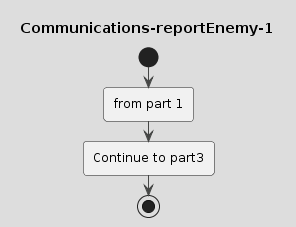
The PlantUML diagram drawings/Communications-reportEnemy-1.png in coding-to-music/plantuml-diagram-examples, before a commit.
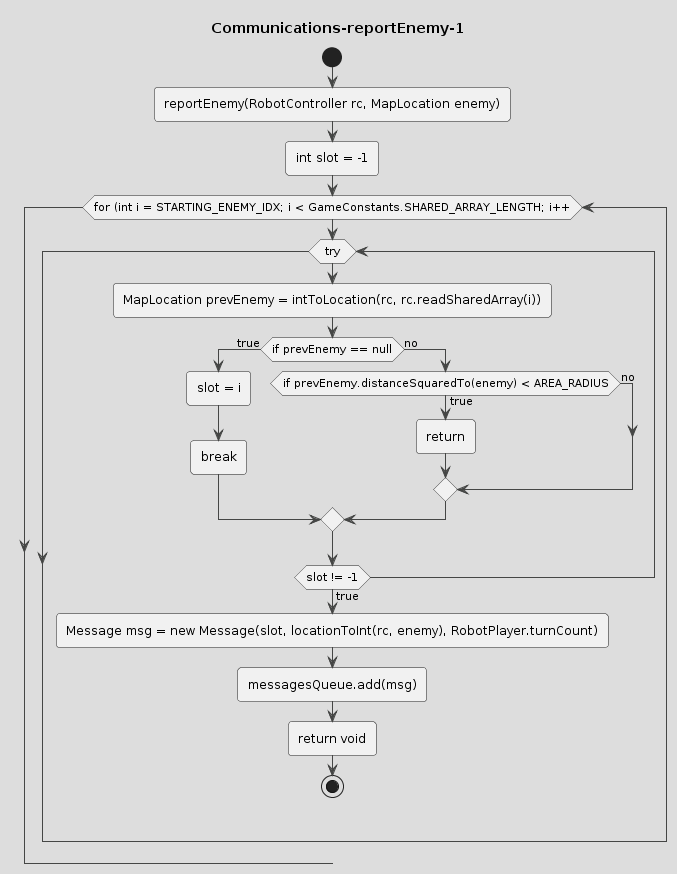
The same file after the commit.

What changed in the source:
```diff
@@ -3,10 +3,28 @@
 title Communications-reportEnemy-1
 start
 
-:from part 1;
 
 
 
-:Continue to part3;
+:reportEnemy(RobotController rc, MapLocation enemy);
+
+:int slot = -1;
+while (for (int i = STARTING_ENEMY_IDX; i < GameConstants.SHARED_ARRAY_LENGTH; i++)
+    while (try)
+        :MapLocation prevEnemy = intToLocation(rc, rc.readSharedArray(i));
+        if (if prevEnemy == null) then (true)
+            :slot = i;
+            :break;
+        else (no)
+            if (if prevEnemy.distanceSquaredTo(enemy) < AREA_RADIUS) then (true)
+                :return;
+            else (no)
+            endif
+        endif
+if (slot != -1) then (true)
+    :Message msg = new Message(slot, locationToInt(rc, enemy), RobotPlayer.turnCount);
+    :messagesQueue.add(msg);
+
+:return void;
 stop
 @enduml
```
